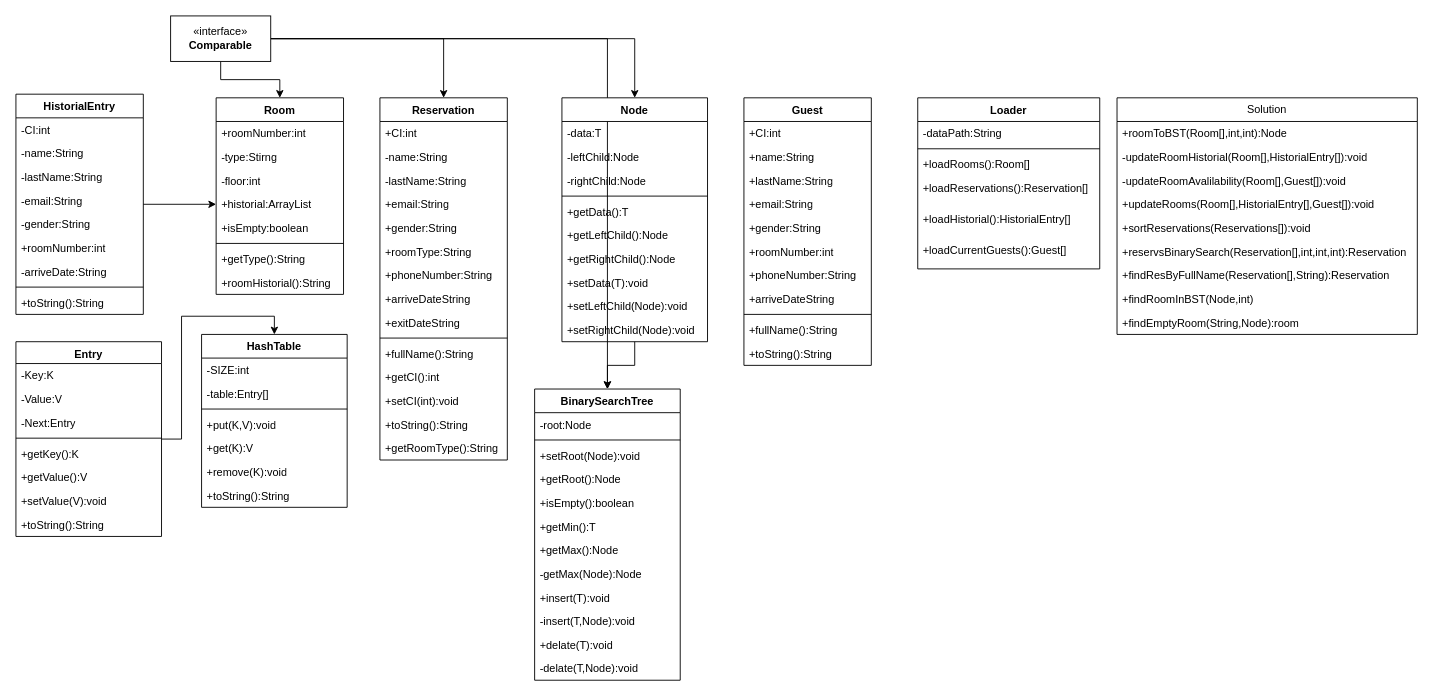
Before: src/Proyecto2.drawio in Santiago-DA/Santiago-DA-Project-EED2, a draw.io diagram. Source tidied: cells renumbered, new cells numbered last; positions are measured from the earlier drawing's top-left corner, leaving out a move shared by most shapes. Both pictures are drawn from the tidied source at 91%, with x=0, y=0 at pixel (15, 15).
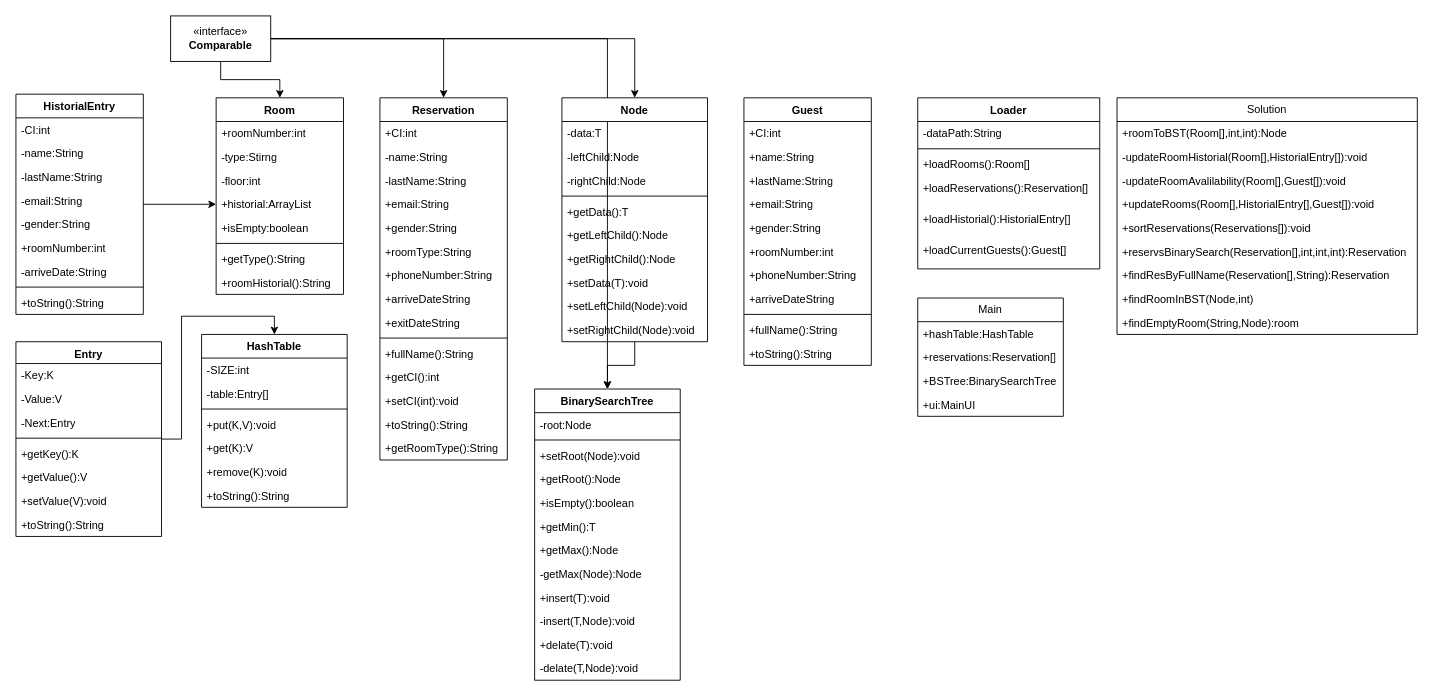
The same diagram, later.

The edit, as a diff of the source:
```diff
@@
+    <mxCell id="115" value="Main" style="swimlane;fontStyle=0;horizontal=1;startSize=26;fillColor=none;whiteSpace=wrap;html=1;" parent="1" vertex="1">
+      <mxGeometry x="991" y="310" width="160" height="130" as="geometry" />
+    </mxCell>
+    <mxCell id="116" value="+hashTable:HashTable" style="text;strokeColor=none;fillColor=none;align=left;verticalAlign=top;spacingLeft=4;spacingRight=4;overflow=hidden;whiteSpace=wrap;html=1;" parent="115" vertex="1">
+      <mxGeometry y="26" width="160" height="26" as="geometry" />
+    </mxCell>
+    <mxCell id="117" value="+reservations:Reservation[]" style="text;strokeColor=none;fillColor=none;align=left;verticalAlign=top;spacingLeft=4;spacingRight=4;overflow=hidden;whiteSpace=wrap;html=1;" parent="115" vertex="1">
+      <mxGeometry y="52" width="160" height="26" as="geometry" />
+    </mxCell>
+    <mxCell id="118" value="+BSTree:BinarySearchTree" style="text;strokeColor=none;fillColor=none;align=left;verticalAlign=top;spacingLeft=4;spacingRight=4;overflow=hidden;whiteSpace=wrap;html=1;" parent="115" vertex="1">
+      <mxGeometry y="78" width="160" height="26" as="geometry" />
+    </mxCell>
+    <mxCell id="119" value="+ui:MainUI" style="text;strokeColor=none;fillColor=none;align=left;verticalAlign=top;spacingLeft=4;spacingRight=4;overflow=hidden;whiteSpace=wrap;html=1;" parent="115" vertex="1">
+      <mxGeometry y="104" width="160" height="26" as="geometry" />
+    </mxCell>
```
